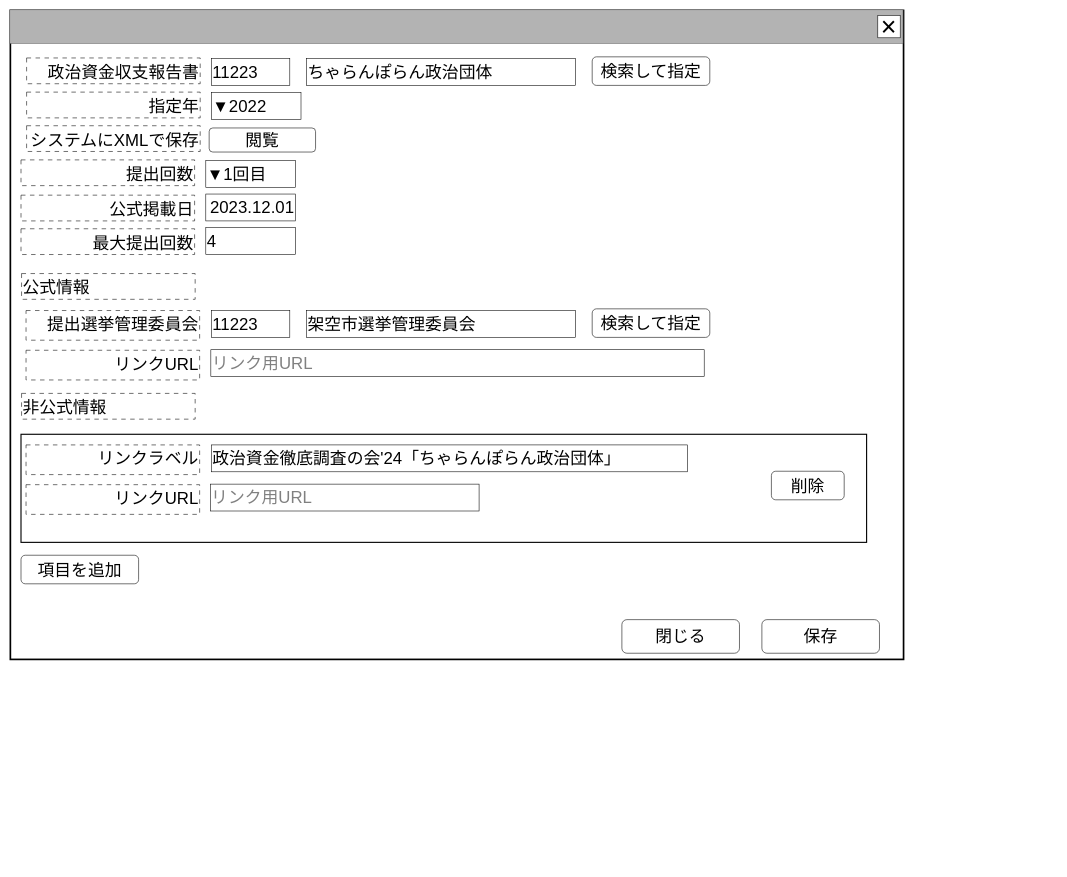
Earlier version of the draw.io diagram docs/invest_front/make_link_balancesheet/image/収支報告書参照設定.drawio (chiwa2023/investigate-politician-balance-report). Source tidied: cells renumbered, new cells numbered last; positions are measured from the earlier drawing's top-left corner, leaving out a move shared by most shapes. Both pictures are drawn from the tidied source at 56%, with x=0, y=0 at pixel (10, 10).
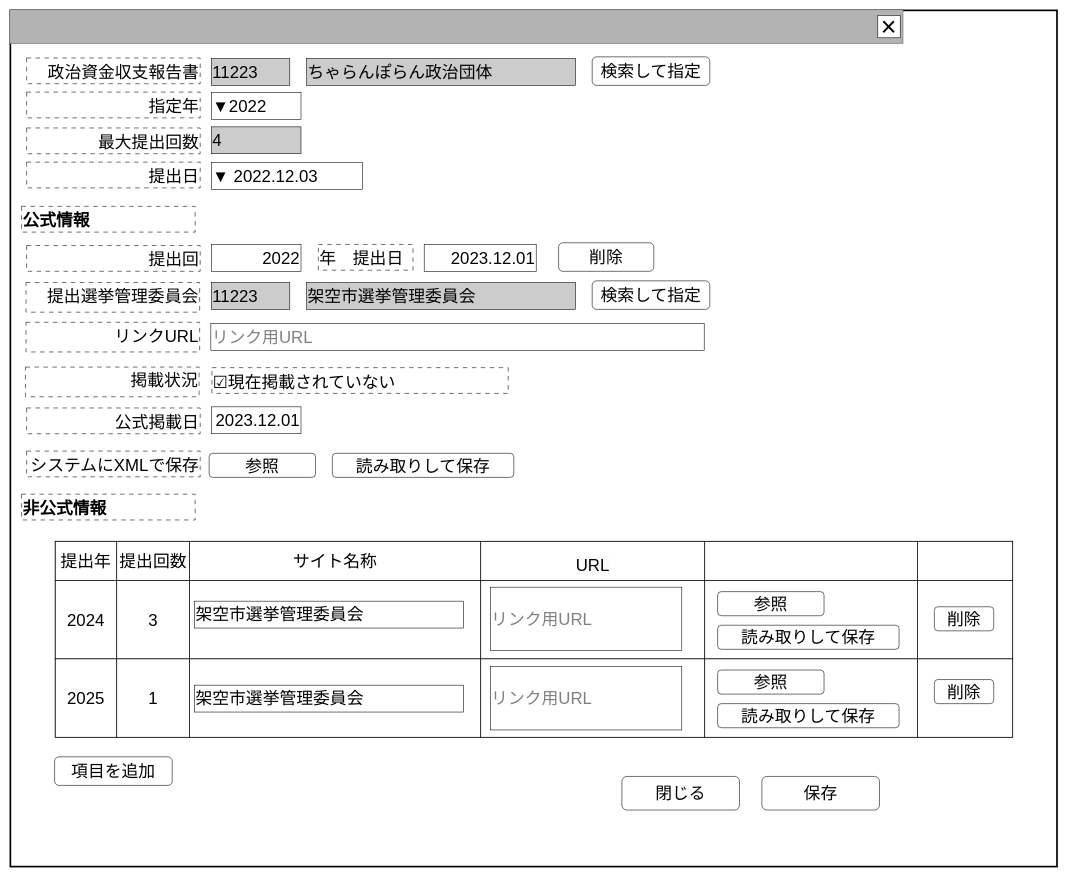
After the change.

Change to the diagram source:
```diff
@@
     <mxCell id="2" style="rounded=0;whiteSpace=wrap;html=1;strokeWidth=3;" parent="1" vertex="1">
-      <mxGeometry x="1" y="1" width="1595" height="1159" as="geometry" />
+      <mxGeometry x="1" y="1" width="1869" height="1529" as="geometry" />
     </mxCell>
@@
-    <mxCell id="6" style="rounded=0;whiteSpace=wrap;html=1;strokeWidth=2;" parent="5" vertex="1">
-      <mxGeometry x="20" y="758" width="1510" height="193" as="geometry" />
-    </mxCell>
+    <mxCell id="37" style="childLayout=tableLayout;shadow=0;fillColor=none;" parent="5" vertex="1">
+      <mxGeometry x="81" y="949" width="1710" height="350" as="geometry" />
+    </mxCell>
+    <mxCell id="38" style="shape=tableRow;horizontal=0;startSize=0;swimlaneHead=0;swimlaneBody=0;top=0;left=0;bottom=0;right=0;fontStyle=0;fillColor=none;strokeColor=inherit;" parent="37" vertex="1">
+      <mxGeometry width="1710" height="70" as="geometry" />
+    </mxCell>
+    <mxCell id="39" value="&lt;span style=&quot;font-size: 30px; text-align: right;&quot;&gt;提出年&lt;/span&gt;" style="strokeColor=inherit;fillColor=none;align=center;whiteSpace=wrap;html=1;" parent="38" vertex="1">
+      <mxGeometry width="110" height="70" as="geometry" />
+    </mxCell>
+    <mxCell id="40" value="&lt;span style=&quot;font-size: 30px; text-align: right;&quot;&gt;提出回数&lt;/span&gt;" style="strokeColor=inherit;fillColor=none;align=center;whiteSpace=wrap;html=1;" parent="38" vertex="1">
+      <mxGeometry x="110" width="130" height="70" as="geometry" />
+    </mxCell>
+    <mxCell id="41" value="&lt;span style=&quot;font-size: 30px; text-align: right;&quot;&gt;サイト名称&lt;/span&gt;" style="strokeColor=inherit;fillColor=none;align=center;whiteSpace=wrap;html=1;" parent="38" vertex="1">
+      <mxGeometry x="240" width="520" height="70" as="geometry" />
+    </mxCell>
+    <mxCell id="42" value="&lt;br&gt;&lt;span style=&quot;color: rgb(0, 0, 0); font-family: Helvetica; font-size: 30px; font-style: normal; font-variant-ligatures: normal; font-variant-caps: normal; font-weight: 400; letter-spacing: normal; orphans: 2; text-align: right; text-indent: 0px; text-transform: none; widows: 2; word-spacing: 0px; -webkit-text-stroke-width: 0px; white-space: normal; background-color: rgb(251, 251, 251); text-decoration-thickness: initial; text-decoration-style: initial; text-decoration-color: initial; display: inline !important; float: none;&quot;&gt;URL&lt;/span&gt;" style="strokeColor=inherit;fillColor=none;align=center;whiteSpace=wrap;html=1;" parent="38" vertex="1">
+      <mxGeometry x="760" width="400" height="70" as="geometry" />
+    </mxCell>
+    <mxCell id="43" style="strokeColor=inherit;fillColor=none;align=center;whiteSpace=wrap;html=1;" parent="38" vertex="1">
+      <mxGeometry x="1160" width="380" height="70" as="geometry" />
+    </mxCell>
+    <mxCell id="44" style="strokeColor=inherit;fillColor=none;align=center;whiteSpace=wrap;html=1;" parent="38" vertex="1">
+      <mxGeometry x="1540" width="170" height="70" as="geometry" />
+    </mxCell>
+    <mxCell id="45" style="shape=tableRow;horizontal=0;startSize=0;swimlaneHead=0;swimlaneBody=0;top=0;left=0;bottom=0;right=0;fontStyle=0;fillColor=none;strokeColor=inherit;" parent="37" vertex="1">
+      <mxGeometry y="70" width="1710" height="140" as="geometry" />
+    </mxCell>
+    <mxCell id="46" value="&lt;span style=&quot;font-size: 30px; text-align: right;&quot;&gt;2024&lt;/span&gt;" style="strokeColor=inherit;fillColor=none;align=center;whiteSpace=wrap;html=1;" parent="45" vertex="1">
+      <mxGeometry width="110" height="140" as="geometry" />
+    </mxCell>
+    <mxCell id="47" value="&lt;div style=&quot;text-align: right;&quot;&gt;&lt;span style=&quot;background-color: initial; font-size: 30px;&quot;&gt;3&lt;/span&gt;&lt;/div&gt;" style="strokeColor=inherit;fillColor=none;align=center;whiteSpace=wrap;html=1;" parent="45" vertex="1">
+      <mxGeometry x="110" width="130" height="140" as="geometry" />
+    </mxCell>
+    <mxCell id="48" style="strokeColor=inherit;fillColor=none;align=center;whiteSpace=wrap;html=1;" parent="45" vertex="1">
+      <mxGeometry x="240" width="520" height="140" as="geometry" />
+    </mxCell>
+    <mxCell id="49" value="&lt;div style=&quot;text-align: right;&quot;&gt;&lt;br&gt;&lt;/div&gt;" style="strokeColor=inherit;fillColor=none;align=center;whiteSpace=wrap;html=1;" parent="45" vertex="1">
+      <mxGeometry x="760" width="400" height="140" as="geometry" />
+    </mxCell>
+    <mxCell id="50" style="strokeColor=inherit;fillColor=none;align=center;whiteSpace=wrap;html=1;" parent="45" vertex="1">
+      <mxGeometry x="1160" width="380" height="140" as="geometry" />
+    </mxCell>
+    <mxCell id="51" style="strokeColor=inherit;fillColor=none;align=center;whiteSpace=wrap;html=1;" parent="45" vertex="1">
+      <mxGeometry x="1540" width="170" height="140" as="geometry" />
+    </mxCell>
+    <mxCell id="52" style="shape=tableRow;horizontal=0;startSize=0;swimlaneHead=0;swimlaneBody=0;top=0;left=0;bottom=0;right=0;fontStyle=0;fillColor=none;strokeColor=inherit;" parent="37" vertex="1">
+      <mxGeometry y="210" width="1710" height="140" as="geometry" />
+    </mxCell>
+    <mxCell id="53" value="&lt;span style=&quot;font-size: 30px; text-align: right;&quot;&gt;2025&lt;/span&gt;" style="strokeColor=inherit;fillColor=none;align=center;whiteSpace=wrap;html=1;" parent="52" vertex="1">
+      <mxGeometry width="110" height="140" as="geometry" />
+    </mxCell>
+    <mxCell id="54" value="&lt;span style=&quot;font-size: 30px; text-align: right;&quot;&gt;1&lt;/span&gt;" style="strokeColor=inherit;fillColor=none;align=center;whiteSpace=wrap;html=1;" parent="52" vertex="1">
+      <mxGeometry x="110" width="130" height="140" as="geometry" />
+    </mxCell>
+    <mxCell id="55" style="strokeColor=inherit;fillColor=none;align=center;whiteSpace=wrap;html=1;" parent="52" vertex="1">
+      <mxGeometry x="240" width="520" height="140" as="geometry" />
+    </mxCell>
+    <mxCell id="56" style="strokeColor=inherit;fillColor=none;align=center;whiteSpace=wrap;html=1;" parent="52" vertex="1">
+      <mxGeometry x="760" width="400" height="140" as="geometry" />
+    </mxCell>
+    <mxCell id="57" style="strokeColor=inherit;fillColor=none;align=center;whiteSpace=wrap;html=1;" parent="52" vertex="1">
+      <mxGeometry x="1160" width="380" height="140" as="geometry" />
+    </mxCell>
+    <mxCell id="58" style="strokeColor=inherit;fillColor=none;align=center;whiteSpace=wrap;html=1;" parent="52" vertex="1">
+      <mxGeometry x="1540" width="170" height="140" as="geometry" />
+    </mxCell>
@@
-    <mxCell id="8" value="&lt;span style=&quot;font-size: 30px;&quot;&gt;ちゃらんぽらん政治団体&lt;br&gt;&lt;/span&gt;" style="rounded=0;whiteSpace=wrap;html=1;align=left;" parent="5" vertex="1">
+    <mxCell id="8" value="&lt;span style=&quot;font-size: 30px;&quot;&gt;ちゃらんぽらん政治団体&lt;br&gt;&lt;/span&gt;" style="rounded=0;whiteSpace=wrap;html=1;align=left;fillColor=#CCCCCC;" parent="5" vertex="1">
       <mxGeometry x="530" y="87" width="480" height="48" as="geometry" />
     </mxCell>
     <mxCell id="9" value="&lt;span style=&quot;font-size: 30px;&quot;&gt;保存&lt;/span&gt;" style="rounded=1;whiteSpace=wrap;html=1;" parent="5" vertex="1">
-      <mxGeometry x="1343" y="1089" width="210" height="60" as="geometry" />
+      <mxGeometry x="1343" y="1369" width="210" height="60" as="geometry" />
     </mxCell>
     <mxCell id="10" value="&lt;span style=&quot;font-size: 30px;&quot;&gt;閉じる&lt;/span&gt;" style="rounded=1;whiteSpace=wrap;html=1;" parent="5" vertex="1">
-      <mxGeometry x="1093" y="1089" width="210" height="60" as="geometry" />
+      <mxGeometry x="1093" y="1369" width="210" height="60" as="geometry" />
     </mxCell>
@@
-    <mxCell id="14" value="&lt;font style=&quot;font-size: 30px;&quot;&gt;11223&lt;/font&gt;&lt;span style=&quot;font-size: 30px;&quot;&gt;&lt;br&gt;&lt;/span&gt;" style="rounded=0;whiteSpace=wrap;html=1;align=left;" parent="5" vertex="1">
+    <mxCell id="14" value="&lt;font style=&quot;font-size: 30px;&quot;&gt;11223&lt;/font&gt;&lt;span style=&quot;font-size: 30px;&quot;&gt;&lt;br&gt;&lt;/span&gt;" style="rounded=0;whiteSpace=wrap;html=1;align=left;fillColor=#CCCCCC;" parent="5" vertex="1">
       <mxGeometry x="360" y="87" width="140" height="48" as="geometry" />
     </mxCell>
     <mxCell id="15" value="&lt;span style=&quot;font-size: 30px;&quot;&gt;システムにXMLで保存&lt;/span&gt;" style="rounded=0;whiteSpace=wrap;html=1;align=right;dashed=1;dashPattern=8 8;verticalAlign=bottom;" parent="5" vertex="1">
-      <mxGeometry x="30" y="207" width="310" height="46" as="geometry" />
+      <mxGeometry x="30" y="788" width="310" height="46" as="geometry" />
     </mxCell>
-    <mxCell id="16" value="&lt;font style=&quot;font-size: 30px;&quot;&gt;閲覧&lt;/font&gt;" style="rounded=1;whiteSpace=wrap;html=1;" parent="5" vertex="1">
-      <mxGeometry x="356" y="211" width="190" height="43" as="geometry" />
+    <mxCell id="16" value="&lt;font style=&quot;font-size: 30px;&quot;&gt;参照&lt;/font&gt;" style="rounded=1;whiteSpace=wrap;html=1;" parent="5" vertex="1">
+      <mxGeometry x="356" y="792" width="190" height="43" as="geometry" />
     </mxCell>
     <mxCell id="17" value="&lt;span style=&quot;font-size: 30px;&quot;&gt;&lt;font color=&quot;#808080&quot;&gt;リンク用URL&lt;/font&gt;&lt;br&gt;&lt;/span&gt;" style="rounded=0;whiteSpace=wrap;html=1;align=left;" parent="5" vertex="1">
-      <mxGeometry x="359" y="607" width="881" height="48" as="geometry" />
+      <mxGeometry x="359" y="560" width="881" height="48" as="geometry" />
     </mxCell>
-    <mxCell id="18" value="&lt;span style=&quot;font-size: 30px;&quot;&gt;リンクラベル&lt;br&gt;&lt;/span&gt;" style="rounded=0;whiteSpace=wrap;html=1;align=right;dashed=1;dashPattern=8 8;verticalAlign=top;" parent="5" vertex="1">
-      <mxGeometry x="29" y="777" width="310" height="53" as="geometry" />
-    </mxCell>
-    <mxCell id="19" value="&lt;span style=&quot;font-size: 30px;&quot;&gt;&lt;font color=&quot;#808080&quot;&gt;リンク用URL&lt;/font&gt;&lt;br&gt;&lt;/span&gt;" style="rounded=0;whiteSpace=wrap;html=1;align=left;" parent="5" vertex="1">
-      <mxGeometry x="358" y="847" width="480" height="48" as="geometry" />
-    </mxCell>
-    <mxCell id="20" value="&lt;span style=&quot;font-size: 30px;&quot;&gt;架空市選挙管理委員会&lt;br&gt;&lt;/span&gt;" style="rounded=0;whiteSpace=wrap;html=1;align=left;" parent="5" vertex="1">
-      <mxGeometry x="530" y="537" width="480" height="48" as="geometry" />
+    <mxCell id="20" value="&lt;span style=&quot;font-size: 30px;&quot;&gt;架空市選挙管理委員会&lt;br&gt;&lt;/span&gt;" style="rounded=0;whiteSpace=wrap;html=1;align=left;fillColor=#CCCCCC;" parent="5" vertex="1">
+      <mxGeometry x="530" y="487" width="480" height="48" as="geometry" />
     </mxCell>
     <mxCell id="21" value="&lt;span style=&quot;font-size: 30px;&quot;&gt;検索して指定&lt;/span&gt;" style="rounded=1;whiteSpace=wrap;html=1;" parent="5" vertex="1">
-      <mxGeometry x="1040" y="534" width="210" height="51" as="geometry" />
+      <mxGeometry x="1040" y="484" width="210" height="51" as="geometry" />
     </mxCell>
-    <mxCell id="22" value="&lt;font style=&quot;font-size: 30px;&quot;&gt;11223&lt;/font&gt;&lt;span style=&quot;font-size: 30px;&quot;&gt;&lt;br&gt;&lt;/span&gt;" style="rounded=0;whiteSpace=wrap;html=1;align=left;" parent="5" vertex="1">
-      <mxGeometry x="360" y="537" width="140" height="48" as="geometry" />
+    <mxCell id="22" value="&lt;font style=&quot;font-size: 30px;&quot;&gt;11223&lt;/font&gt;&lt;span style=&quot;font-size: 30px;&quot;&gt;&lt;br&gt;&lt;/span&gt;" style="rounded=0;whiteSpace=wrap;html=1;align=left;fillColor=#CCCCCC;" parent="5" vertex="1">
+      <mxGeometry x="360" y="487" width="140" height="48" as="geometry" />
     </mxCell>
-    <mxCell id="23" value="&lt;span style=&quot;font-size: 30px;&quot;&gt;政治資金徹底調査の会'24「ちゃらんぽらん政治団体」&lt;br&gt;&lt;/span&gt;" style="rounded=0;whiteSpace=wrap;html=1;align=left;" parent="5" vertex="1">
-      <mxGeometry x="360" y="777" width="850" height="48" as="geometry" />
-    </mxCell>
-    <mxCell id="24" value="&lt;span style=&quot;font-size: 30px;&quot;&gt;リンクURL&lt;br&gt;&lt;/span&gt;" style="rounded=0;whiteSpace=wrap;html=1;align=right;dashed=1;dashPattern=8 8;verticalAlign=top;" parent="5" vertex="1">
-      <mxGeometry x="29" y="848" width="310" height="53" as="geometry" />
-    </mxCell>
     <mxCell id="25" value="&lt;span style=&quot;font-size: 30px;&quot;&gt;提出選挙管理委員会&lt;br&gt;&lt;/span&gt;" style="rounded=0;whiteSpace=wrap;html=1;align=right;dashed=1;dashPattern=8 8;verticalAlign=top;" parent="5" vertex="1">
-      <mxGeometry x="29" y="537" width="310" height="53" as="geometry" />
+      <mxGeometry x="29" y="487" width="310" height="53" as="geometry" />
     </mxCell>
     <mxCell id="26" value="&lt;span style=&quot;font-size: 30px;&quot;&gt;リンクURL&lt;br&gt;&lt;/span&gt;" style="rounded=0;whiteSpace=wrap;html=1;align=right;dashed=1;dashPattern=8 8;verticalAlign=top;" parent="5" vertex="1">
-      <mxGeometry x="29" y="608" width="310" height="53" as="geometry" />
+      <mxGeometry x="29" y="558" width="310" height="53" as="geometry" />
     </mxCell>
-    <mxCell id="27" value="&lt;span style=&quot;font-size: 30px;&quot;&gt;公式情報&lt;/span&gt;" style="rounded=0;whiteSpace=wrap;html=1;align=left;dashed=1;dashPattern=8 8;verticalAlign=bottom;" parent="5" vertex="1">
-      <mxGeometry x="21" y="471" width="310" height="46" as="geometry" />
+    <mxCell id="27" value="&lt;span style=&quot;font-size: 30px;&quot;&gt;&lt;b&gt;公式情報&lt;/b&gt;&lt;/span&gt;" style="rounded=0;whiteSpace=wrap;html=1;align=left;dashed=1;dashPattern=8 8;verticalAlign=bottom;" parent="5" vertex="1">
+      <mxGeometry x="21" y="351" width="310" height="46" as="geometry" />
     </mxCell>
-    <mxCell id="28" value="&lt;span style=&quot;font-size: 30px;&quot;&gt;非公式情報&lt;/span&gt;" style="rounded=0;whiteSpace=wrap;html=1;align=left;dashed=1;dashPattern=8 8;verticalAlign=bottom;" parent="5" vertex="1">
-      <mxGeometry x="21" y="685" width="310" height="46" as="geometry" />
+    <mxCell id="28" value="&lt;span style=&quot;font-size: 30px;&quot;&gt;&lt;b&gt;非公式情報&lt;/b&gt;&lt;/span&gt;" style="rounded=0;whiteSpace=wrap;html=1;align=left;dashed=1;dashPattern=8 8;verticalAlign=bottom;" parent="5" vertex="1">
+      <mxGeometry x="21" y="865" width="310" height="46" as="geometry" />
     </mxCell>
-    <mxCell id="29" value="&lt;span style=&quot;font-size: 30px;&quot;&gt;削除&lt;/span&gt;" style="rounded=1;whiteSpace=wrap;html=1;" parent="5" vertex="1">
-      <mxGeometry x="1360" y="824" width="130" height="51" as="geometry" />
-    </mxCell>
     <mxCell id="30" value="&lt;span style=&quot;font-size: 30px;&quot;&gt;項目を追加&lt;/span&gt;" style="rounded=1;whiteSpace=wrap;html=1;" parent="5" vertex="1">
-      <mxGeometry x="20" y="974" width="210" height="51" as="geometry" />
+      <mxGeometry x="80" y="1334" width="210" height="51" as="geometry" />
     </mxCell>
-    <mxCell id="31" value="&lt;span style=&quot;font-size: 30px;&quot;&gt;提出回数&lt;/span&gt;" style="rounded=0;whiteSpace=wrap;html=1;align=right;dashed=1;dashPattern=8 8;verticalAlign=bottom;" parent="5" vertex="1">
-      <mxGeometry x="20" y="268" width="310" height="46" as="geometry" />
+    <mxCell id="31" value="&lt;span style=&quot;font-size: 30px;&quot;&gt;提出日&lt;/span&gt;" style="rounded=0;whiteSpace=wrap;html=1;align=right;dashed=1;dashPattern=8 8;verticalAlign=bottom;" parent="5" vertex="1">
+      <mxGeometry x="30" y="272" width="310" height="46" as="geometry" />
     </mxCell>
-    <mxCell id="32" value="&lt;font style=&quot;font-size: 30px;&quot;&gt;▼1回目&lt;/font&gt;&lt;span style=&quot;font-size: 30px;&quot;&gt;&lt;br&gt;&lt;/span&gt;" style="rounded=0;whiteSpace=wrap;html=1;align=left;" parent="5" vertex="1">
-      <mxGeometry x="350" y="269" width="160" height="48" as="geometry" />
+    <mxCell id="32" value="&lt;font style=&quot;font-size: 30px;&quot;&gt;▼ 2022.12.03&lt;/font&gt;&lt;span style=&quot;font-size: 30px;&quot;&gt;&lt;br&gt;&lt;/span&gt;" style="rounded=0;whiteSpace=wrap;html=1;align=left;" parent="5" vertex="1">
+      <mxGeometry x="360" y="273" width="270" height="48" as="geometry" />
     </mxCell>
     <mxCell id="33" value="&lt;span style=&quot;font-size: 30px;&quot;&gt;公式掲載日&lt;/span&gt;" style="rounded=0;whiteSpace=wrap;html=1;align=right;dashed=1;dashPattern=8 8;verticalAlign=bottom;" parent="5" vertex="1">
-      <mxGeometry x="20" y="331" width="310" height="46" as="geometry" />
+      <mxGeometry x="30" y="711" width="310" height="46" as="geometry" />
     </mxCell>
     <mxCell id="34" value="&lt;font style=&quot;font-size: 30px;&quot;&gt;2023.12.01&lt;/font&gt;&lt;span style=&quot;font-size: 30px;&quot;&gt;&lt;br&gt;&lt;/span&gt;" style="rounded=0;whiteSpace=wrap;html=1;align=right;" parent="5" vertex="1">
-      <mxGeometry x="350" y="329" width="160" height="48" as="geometry" />
+      <mxGeometry x="360" y="709" width="160" height="48" as="geometry" />
     </mxCell>
     <mxCell id="35" value="&lt;span style=&quot;font-size: 30px;&quot;&gt;最大提出回数&lt;/span&gt;" style="rounded=0;whiteSpace=wrap;html=1;align=right;dashed=1;dashPattern=8 8;verticalAlign=bottom;" parent="5" vertex="1">
-      <mxGeometry x="20" y="391" width="310" height="46" as="geometry" />
+      <mxGeometry x="30" y="211" width="310" height="46" as="geometry" />
     </mxCell>
-    <mxCell id="36" value="&lt;font style=&quot;font-size: 30px;&quot;&gt;4&lt;/font&gt;&lt;span style=&quot;font-size: 30px;&quot;&gt;&lt;br&gt;&lt;/span&gt;" style="rounded=0;whiteSpace=wrap;html=1;align=left;" parent="5" vertex="1">
-      <mxGeometry x="350" y="389" width="160" height="48" as="geometry" />
+    <mxCell id="36" value="&lt;font style=&quot;font-size: 30px;&quot;&gt;4&lt;/font&gt;&lt;span style=&quot;font-size: 30px;&quot;&gt;&lt;br&gt;&lt;/span&gt;" style="rounded=0;whiteSpace=wrap;html=1;align=left;fillColor=#CCCCCC;" parent="5" vertex="1">
+      <mxGeometry x="360" y="209" width="160" height="48" as="geometry" />
     </mxCell>
+    <mxCell id="59" value="&lt;font style=&quot;font-size: 30px;&quot;&gt;読み取りして保存&lt;/font&gt;" style="rounded=1;whiteSpace=wrap;html=1;" parent="5" vertex="1">
+      <mxGeometry x="576" y="792" width="324" height="43" as="geometry" />
+    </mxCell>
+    <mxCell id="60" value="&lt;font style=&quot;font-size: 30px;&quot;&gt;参照&lt;/font&gt;" style="rounded=1;whiteSpace=wrap;html=1;" parent="5" vertex="1">
+      <mxGeometry x="1264" y="1039" width="190" height="43" as="geometry" />
+    </mxCell>
+    <mxCell id="61" value="&lt;font style=&quot;font-size: 30px;&quot;&gt;読み取りして保存&lt;/font&gt;" style="rounded=1;whiteSpace=wrap;html=1;" parent="5" vertex="1">
+      <mxGeometry x="1264" y="1099" width="324" height="43" as="geometry" />
+    </mxCell>
+    <mxCell id="62" value="&lt;span style=&quot;font-size: 30px;&quot;&gt;架空市選挙管理委員会&lt;br&gt;&lt;/span&gt;" style="rounded=0;whiteSpace=wrap;html=1;align=left;fillColor=#FFFFFF;" parent="5" vertex="1">
+      <mxGeometry x="330" y="1056" width="480" height="48" as="geometry" />
+    </mxCell>
+    <mxCell id="63" value="&lt;font style=&quot;font-size: 30px;&quot;&gt;削除&lt;/font&gt;" style="rounded=1;whiteSpace=wrap;html=1;" parent="5" vertex="1">
+      <mxGeometry x="1651" y="1066" width="106" height="43" as="geometry" />
+    </mxCell>
+    <mxCell id="64" value="&lt;font style=&quot;font-size: 30px;&quot;&gt;参照&lt;/font&gt;" style="rounded=1;whiteSpace=wrap;html=1;" parent="5" vertex="1">
+      <mxGeometry x="1264" y="1179" width="190" height="43" as="geometry" />
+    </mxCell>
+    <mxCell id="65" value="&lt;font style=&quot;font-size: 30px;&quot;&gt;読み取りして保存&lt;/font&gt;" style="rounded=1;whiteSpace=wrap;html=1;" parent="5" vertex="1">
+      <mxGeometry x="1264" y="1239" width="324" height="43" as="geometry" />
+    </mxCell>
+    <mxCell id="66" value="&lt;span style=&quot;font-size: 30px;&quot;&gt;架空市選挙管理委員会&lt;br&gt;&lt;/span&gt;" style="rounded=0;whiteSpace=wrap;html=1;align=left;" parent="5" vertex="1">
+      <mxGeometry x="330" y="1206" width="480" height="48" as="geometry" />
+    </mxCell>
+    <mxCell id="19" value="&lt;span style=&quot;font-size: 30px;&quot;&gt;&lt;font color=&quot;#808080&quot;&gt;リンク用URL&lt;/font&gt;&lt;br&gt;&lt;/span&gt;" style="rounded=0;whiteSpace=wrap;html=1;align=left;" parent="5" vertex="1">
+      <mxGeometry x="858" y="1031" width="342" height="113" as="geometry" />
+    </mxCell>
+    <mxCell id="67" value="&lt;font style=&quot;font-size: 30px;&quot;&gt;削除&lt;/font&gt;" style="rounded=1;whiteSpace=wrap;html=1;" parent="5" vertex="1">
+      <mxGeometry x="1651" y="1196" width="106" height="43" as="geometry" />
+    </mxCell>
+    <mxCell id="68" value="&lt;span style=&quot;font-size: 30px;&quot;&gt;&lt;font color=&quot;#808080&quot;&gt;リンク用URL&lt;/font&gt;&lt;br&gt;&lt;/span&gt;" style="rounded=0;whiteSpace=wrap;html=1;align=left;" parent="5" vertex="1">
+      <mxGeometry x="858" y="1173" width="342" height="113" as="geometry" />
+    </mxCell>
+    <mxCell id="69" value="&lt;span style=&quot;font-size: 30px;&quot;&gt;提出回&lt;/span&gt;" style="rounded=0;whiteSpace=wrap;html=1;align=right;dashed=1;dashPattern=8 8;verticalAlign=bottom;" parent="5" vertex="1">
+      <mxGeometry x="30" y="421" width="310" height="46" as="geometry" />
+    </mxCell>
+    <mxCell id="70" value="&lt;font style=&quot;font-size: 30px;&quot;&gt;2022&lt;/font&gt;&lt;span style=&quot;font-size: 30px;&quot;&gt;&lt;br&gt;&lt;/span&gt;" style="rounded=0;whiteSpace=wrap;html=1;align=right;" parent="5" vertex="1">
+      <mxGeometry x="360" y="419" width="160" height="48" as="geometry" />
+    </mxCell>
+    <mxCell id="71" value="&lt;span style=&quot;font-size: 30px;&quot;&gt;&lt;span style=&quot;font-weight: normal;&quot;&gt;年　提出日&lt;/span&gt;&lt;/span&gt;" style="rounded=0;whiteSpace=wrap;html=1;align=left;dashed=1;dashPattern=8 8;verticalAlign=bottom;fontStyle=1;" parent="5" vertex="1">
+      <mxGeometry x="551" y="419" width="169" height="46" as="geometry" />
+    </mxCell>
+    <mxCell id="72" value="&lt;font style=&quot;font-size: 30px;&quot;&gt;2023.12.01&lt;/font&gt;&lt;span style=&quot;font-size: 30px;&quot;&gt;&lt;br&gt;&lt;/span&gt;" style="rounded=0;whiteSpace=wrap;html=1;align=right;" parent="5" vertex="1">
+      <mxGeometry x="740" y="419" width="200" height="48" as="geometry" />
+    </mxCell>
+    <mxCell id="29" value="&lt;span style=&quot;font-size: 30px;&quot;&gt;削除&lt;/span&gt;" style="rounded=1;whiteSpace=wrap;html=1;" parent="5" vertex="1">
+      <mxGeometry x="980" y="416" width="170" height="51" as="geometry" />
+    </mxCell>
+    <mxCell id="73" value="&lt;span style=&quot;font-size: 30px;&quot;&gt;掲載状況&lt;br&gt;&lt;/span&gt;" style="rounded=0;whiteSpace=wrap;html=1;align=right;dashed=1;dashPattern=8 8;verticalAlign=top;" parent="5" vertex="1">
+      <mxGeometry x="28" y="638" width="310" height="53" as="geometry" />
+    </mxCell>
+    <mxCell id="74" value="&lt;span style=&quot;font-size: 30px;&quot;&gt;&lt;span style=&quot;font-weight: normal;&quot;&gt;☑現在掲載されていない&lt;/span&gt;&lt;/span&gt;" style="rounded=0;whiteSpace=wrap;html=1;align=left;dashed=1;dashPattern=8 8;verticalAlign=bottom;fontStyle=1;" parent="5" vertex="1">
+      <mxGeometry x="361" y="639" width="529" height="46" as="geometry" />
+    </mxCell>
```
